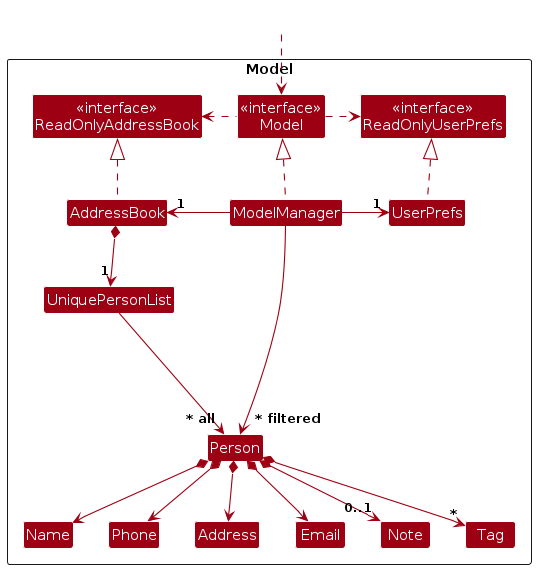
Before: diagrams/ModelClassDiagram.png, a diagram exported from PlantUML (AY2627S1-CS2103-F10-1/tp). Its source is kept beside it as diagrams/ModelClassDiagram.puml.
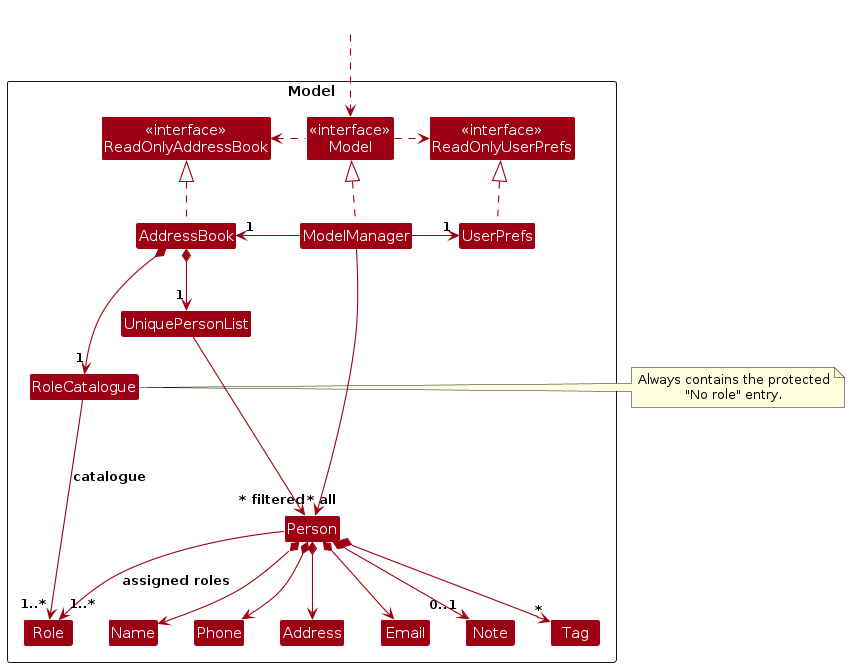
The same file after the commit.

Change to the diagram source:
```diff
@@ -20,6 +20,8 @@
 Class Phone
 Class Note
 Class Tag
+Class RoleCatalogue
+Class Role
 
 Class I #FFFFFF
 }
@@ -35,6 +37,14 @@
 ModelManager -left-> "1" AddressBook
 ModelManager -right-> "1" UserPrefs
 UserPrefs .up.|> ReadOnlyUserPrefs
+
+AddressBook *--> "1" RoleCatalogue
+RoleCatalogue --> "1..*" Role : catalogue
+note right of RoleCatalogue
+  Always contains the protected
+  "No role" entry.
+end note
+Person --> "1..*" Role : assigned roles
 
 AddressBook *--> "1" UniquePersonList
 UniquePersonList --> "~* all" Person
```
